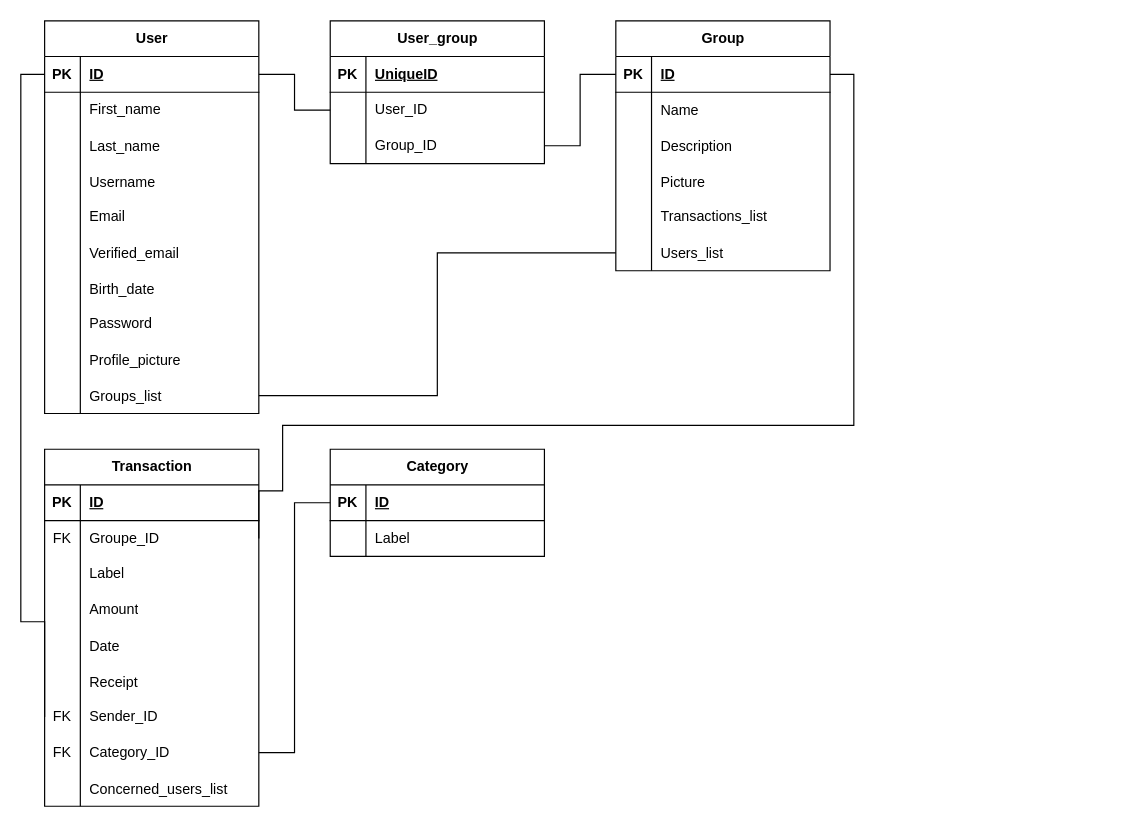
The draw.io diagram Non Code/Diagramme_BDD.drawio in Titan327/3PROJ, before the edit. Source tidied: cells renumbered, new cells numbered last; positions are measured from the earlier drawing's top-left corner, leaving out a move shared by most shapes. Both pictures are drawn from the tidied source at 119%, with x=0, y=0 at pixel (20, 20).
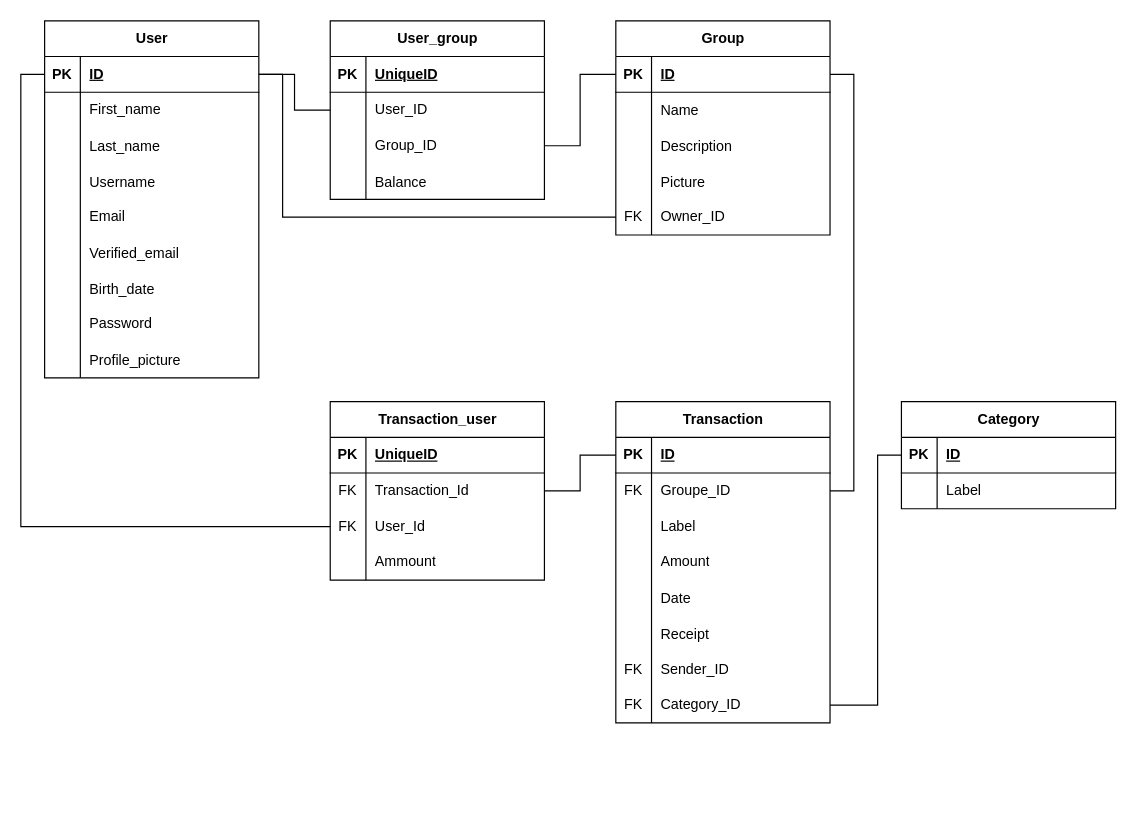
The same diagram, later.

The change refers to these unchanged cells:
```xml
<mxCell id="3" style="shape=tableRow;horizontal=0;startSize=0;swimlaneHead=0;swimlaneBody=0;fillColor=none;points=[[0,0.5],[1,0.5]];portConstraint=eastwest;top=0;left=0;right=0;bottom=1;" parent="2" vertex="1">
  <mxGeometry y="30" width="180" height="30" as="geometry" />
</mxCell>
<mxCell id="34" style="shape=tableRow;horizontal=0;startSize=0;swimlaneHead=0;swimlaneBody=0;fillColor=none;points=[[0,0.5],[1,0.5]];portConstraint=eastwest;top=0;left=0;right=0;bottom=1;" parent="33" vertex="1">
  <mxGeometry y="30" width="180" height="30" as="geometry" />
</mxCell>
<mxCell id="46" style="shape=tableRow;horizontal=0;startSize=0;swimlaneHead=0;swimlaneBody=0;fillColor=none;points=[[0,0.5],[1,0.5]];portConstraint=eastwest;top=0;left=0;right=0;bottom=0;" parent="33" vertex="1">
  <mxGeometry y="150" width="180" height="30" as="geometry" />
</mxCell>
<mxCell id="53" style="shape=tableRow;horizontal=0;startSize=0;swimlaneHead=0;swimlaneBody=0;fillColor=none;points=[[0,0.5],[1,0.5]];portConstraint=eastwest;top=0;left=0;right=0;bottom=1;" parent="52" vertex="1">
  <mxGeometry y="30" width="180" height="30" as="geometry" />
</mxCell>
<mxCell id="56" style="shape=tableRow;horizontal=0;startSize=0;swimlaneHead=0;swimlaneBody=0;fillColor=none;points=[[0,0.5],[1,0.5]];portConstraint=eastwest;top=0;left=0;right=0;bottom=0;" parent="52" vertex="1">
  <mxGeometry y="60" width="180" height="30" as="geometry" />
</mxCell>
<mxCell id="71" style="shape=tableRow;horizontal=0;startSize=0;swimlaneHead=0;swimlaneBody=0;fillColor=none;points=[[0,0.5],[1,0.5]];portConstraint=eastwest;top=0;left=0;right=0;bottom=0;" parent="52" vertex="1">
  <mxGeometry y="210" width="180" height="30" as="geometry" />
</mxCell>
<mxCell id="74" style="shape=tableRow;horizontal=0;startSize=0;swimlaneHead=0;swimlaneBody=0;fillColor=none;points=[[0,0.5],[1,0.5]];portConstraint=eastwest;top=0;left=0;right=0;bottom=0;" parent="52" vertex="1">
  <mxGeometry y="240" width="180" height="30" as="geometry" />
</mxCell>
<mxCell id="81" style="shape=tableRow;horizontal=0;startSize=0;swimlaneHead=0;swimlaneBody=0;fillColor=none;points=[[0,0.5],[1,0.5]];portConstraint=eastwest;top=0;left=0;right=0;bottom=1;" parent="80" vertex="1">
  <mxGeometry y="30" width="180" height="30" as="geometry" />
</mxCell>
```

What changed in the source:
```diff
@@
     <mxCell id="2" value="User" style="shape=table;startSize=30;childLayout=tableLayout;rowLines=0;fontStyle=1;align=center;html=1;" parent="1" vertex="1">
-      <mxGeometry x="20" width="180" height="330" as="geometry" />
+      <mxGeometry x="20" width="180" height="300" as="geometry" />
     </mxCell>
@@
-    <mxCell id="30" style="shape=tableRow;horizontal=0;startSize=0;swimlaneHead=0;swimlaneBody=0;fillColor=none;points=[[0,0.5],[1,0.5]];portConstraint=eastwest;top=0;left=0;right=0;bottom=0;" parent="2" vertex="1">
-      <mxGeometry y="300" width="180" height="30" as="geometry" />
-    </mxCell>
-    <mxCell id="31" style="shape=partialRectangle;fillColor=none;top=0;left=0;bottom=0;right=0;overflow=hidden;" parent="30" vertex="1">
-      <mxGeometry width="30" height="30" as="geometry" />
-    </mxCell>
-    <mxCell id="32" value="Groups_list" style="shape=partialRectangle;fillColor=none;top=0;left=0;bottom=0;right=0;align=left;spacingLeft=6;overflow=hidden;" parent="30" vertex="1">
-      <mxGeometry x="30" width="150" height="30" as="geometry" />
-    </mxCell>
     <mxCell id="33" value="Group" style="shape=table;startSize=30;childLayout=tableLayout;rowLines=0;fontStyle=1;align=center;html=1;" parent="1" vertex="1">
-      <mxGeometry x="500" width="180" height="210" as="geometry" />
+      <mxGeometry x="500" width="180" height="180" as="geometry" />
     </mxCell>
@@
-    <mxCell id="47" style="shape=partialRectangle;fillColor=none;top=0;left=0;bottom=0;right=0;overflow=hidden;whiteSpace=wrap;html=1;" parent="46" vertex="1">
-      <mxGeometry width="30" height="30" as="geometry" />
-    </mxCell>
-    <mxCell id="48" value="Transactions_list" style="shape=partialRectangle;fillColor=none;top=0;left=0;bottom=0;right=0;align=left;spacingLeft=6;overflow=hidden;whiteSpace=wrap;html=1;" parent="46" vertex="1">
-      <mxGeometry x="30" width="150" height="30" as="geometry" />
-    </mxCell>
-    <mxCell id="49" style="shape=tableRow;horizontal=0;startSize=0;swimlaneHead=0;swimlaneBody=0;fillColor=none;points=[[0,0.5],[1,0.5]];portConstraint=eastwest;top=0;left=0;right=0;bottom=0;" parent="33" vertex="1">
-      <mxGeometry y="180" width="180" height="30" as="geometry" />
-    </mxCell>
-    <mxCell id="50" style="shape=partialRectangle;fillColor=none;top=0;left=0;bottom=0;right=0;overflow=hidden;" parent="49" vertex="1">
-      <mxGeometry width="30" height="30" as="geometry" />
-    </mxCell>
-    <mxCell id="51" value="Users_list" style="shape=partialRectangle;fillColor=none;top=0;left=0;bottom=0;right=0;align=left;spacingLeft=6;overflow=hidden;" parent="49" vertex="1">
-      <mxGeometry x="30" width="150" height="30" as="geometry" />
-    </mxCell>
+    <mxCell id="103" value="FK" style="shape=partialRectangle;fillColor=none;top=0;left=0;bottom=0;right=0;fontStyle=0;overflow=hidden;whiteSpace=wrap;html=1;" parent="46" vertex="1">
+      <mxGeometry width="30" height="30" as="geometry" />
+    </mxCell>
+    <mxCell id="104" value="Owner_ID" style="shape=partialRectangle;fillColor=none;top=0;left=0;bottom=0;right=0;align=left;spacingLeft=6;fontStyle=0;overflow=hidden;whiteSpace=wrap;html=1;" parent="46" vertex="1">
+      <mxGeometry x="30" width="150" height="30" as="geometry" />
+    </mxCell>
     <mxCell id="52" value="Transaction" style="shape=table;startSize=30;childLayout=tableLayout;rowLines=0;fontStyle=1;align=center;html=1;" parent="1" vertex="1">
-      <mxGeometry x="20" y="360" width="180" height="300" as="geometry" />
+      <mxGeometry x="500" y="320" width="180" height="270" as="geometry" />
     </mxCell>
@@
-    <mxCell id="77" style="shape=tableRow;horizontal=0;startSize=0;swimlaneHead=0;swimlaneBody=0;fillColor=none;top=0;left=0;right=0;bottom=0;" parent="52" vertex="1">
-      <mxGeometry y="270" width="180" height="30" as="geometry" />
-    </mxCell>
-    <mxCell id="78" style="shape=partialRectangle;fillColor=none;top=0;left=0;bottom=0;right=0;overflow=hidden;" parent="77" vertex="1">
-      <mxGeometry width="30" height="30" as="geometry" />
-    </mxCell>
-    <mxCell id="79" value="Concerned_users_list" style="shape=partialRectangle;fillColor=none;top=0;left=0;bottom=0;right=0;align=left;spacingLeft=6;overflow=hidden;" parent="77" vertex="1">
-      <mxGeometry x="30" width="150" height="30" as="geometry" />
-    </mxCell>
     <mxCell id="80" value="Category" style="shape=table;startSize=30;childLayout=tableLayout;rowLines=0;fontStyle=1;align=center;html=1;" parent="1" vertex="1">
-      <mxGeometry x="260" y="360" width="180" height="90" as="geometry" />
+      <mxGeometry x="740" y="320" width="180" height="90" as="geometry" />
     </mxCell>
@@
     <mxCell id="87" value="User_group" style="shape=table;startSize=30;childLayout=tableLayout;rowLines=0;fontStyle=1;align=center;html=1;" parent="1" vertex="1">
-      <mxGeometry x="260" width="180" height="120" as="geometry" />
+      <mxGeometry x="260" width="180" height="150" as="geometry" />
     </mxCell>
@@
+    <mxCell id="105" style="shape=tableRow;horizontal=0;startSize=0;swimlaneHead=0;swimlaneBody=0;fillColor=none;top=0;left=0;right=0;bottom=0;" parent="87" vertex="1">
+      <mxGeometry y="120" width="180" height="30" as="geometry" />
+    </mxCell>
+    <mxCell id="106" style="shape=partialRectangle;fillColor=none;top=0;left=0;bottom=0;right=0;overflow=hidden;" parent="105" vertex="1">
+      <mxGeometry width="30" height="30" as="geometry" />
+    </mxCell>
+    <mxCell id="107" value="Balance" style="shape=partialRectangle;fillColor=none;top=0;left=0;bottom=0;right=0;align=left;spacingLeft=6;overflow=hidden;" parent="105" vertex="1">
+      <mxGeometry x="30" width="150" height="30" as="geometry" />
+    </mxCell>
@@
-    <mxCell id="99" style="endArrow=none;html=1;rounded=0;entryX=0;entryY=0.5;entryDx=0;entryDy=0;exitX=0;exitY=0.5;exitDx=0;exitDy=0;edgeStyle=orthogonalEdgeStyle;" parent="1" edge="1" source="3" target="71">
-      <mxGeometry relative="1" as="geometry">
-        <Array as="points">
-          <mxPoint y="45" />
-          <mxPoint y="505" />
-        </Array>
-      </mxGeometry>
-    </mxCell>
-    <mxCell id="100" style="endArrow=none;html=1;rounded=0;exitX=1;exitY=0.5;exitDx=0;exitDy=0;entryX=0;entryY=0.5;entryDx=0;entryDy=0;edgeStyle=orthogonalEdgeStyle;" parent="1" edge="1" source="30" target="49">
-      <mxGeometry relative="1" as="geometry" />
-    </mxCell>
     <mxCell id="101" style="endArrow=none;html=1;rounded=0;exitX=1;exitY=0.5;exitDx=0;exitDy=0;entryX=0;entryY=0.5;entryDx=0;entryDy=0;edgeStyle=orthogonalEdgeStyle;" parent="1" edge="1" source="74" target="81">
-      <mxGeometry relative="1" as="geometry" />
+      <mxGeometry relative="1" as="geometry">
+        <Array as="points">
+          <mxPoint x="720" y="575" />
+          <mxPoint x="720" y="365" />
+        </Array>
+      </mxGeometry>
     </mxCell>
     <mxCell id="102" style="endArrow=none;html=1;rounded=0;exitX=1;exitY=0.5;exitDx=0;exitDy=0;entryX=1;entryY=0.5;entryDx=0;entryDy=0;edgeStyle=orthogonalEdgeStyle;" parent="1" edge="1" source="56" target="34">
       <mxGeometry relative="1" as="geometry">
         <Array as="points">
-          <mxPoint x="200" y="395" />
-          <mxPoint x="220" y="395" />
-          <mxPoint x="220" y="340" />
-          <mxPoint x="700" y="340" />
+          <mxPoint x="700" y="395" />
           <mxPoint x="700" y="45" />
         </Array>
       </mxGeometry>
     </mxCell>
+    <mxCell id="108" value="Transaction_user" style="shape=table;startSize=30;childLayout=tableLayout;rowLines=0;fontStyle=1;align=center;html=1;" parent="1" vertex="1">
+      <mxGeometry x="260" y="320" width="180" height="150" as="geometry" />
+    </mxCell>
+    <mxCell id="109" style="shape=tableRow;horizontal=0;startSize=0;swimlaneHead=0;swimlaneBody=0;fillColor=none;top=0;left=0;right=0;bottom=1;" parent="108" vertex="1">
+      <mxGeometry y="30" width="180" height="30" as="geometry" />
+    </mxCell>
+    <mxCell id="110" value="PK" style="shape=partialRectangle;fillColor=none;top=0;left=0;bottom=0;right=0;fontStyle=1;overflow=hidden;whiteSpace=wrap;html=1;" parent="109" vertex="1">
+      <mxGeometry width="30" height="30" as="geometry" />
+    </mxCell>
+    <mxCell id="111" value="UniqueID" style="shape=partialRectangle;fillColor=none;top=0;left=0;bottom=0;right=0;align=left;spacingLeft=6;fontStyle=5;overflow=hidden;whiteSpace=wrap;html=1;" parent="109" vertex="1">
+      <mxGeometry x="30" width="150" height="30" as="geometry" />
+    </mxCell>
+    <mxCell id="112" style="shape=tableRow;horizontal=0;startSize=0;swimlaneHead=0;swimlaneBody=0;fillColor=none;points=[[0,0.5],[1,0.5]];portConstraint=eastwest;top=0;left=0;right=0;bottom=0;" parent="108" vertex="1">
+      <mxGeometry y="60" width="180" height="30" as="geometry" />
+    </mxCell>
+    <mxCell id="113" value="FK" style="shape=partialRectangle;fillColor=none;top=0;left=0;bottom=0;right=0;fontStyle=0;overflow=hidden;whiteSpace=wrap;html=1;" parent="112" vertex="1">
+      <mxGeometry width="30" height="30" as="geometry" />
+    </mxCell>
+    <mxCell id="114" value="Transaction_Id" style="shape=partialRectangle;fillColor=none;top=0;left=0;bottom=0;right=0;align=left;spacingLeft=6;fontStyle=0;overflow=hidden;whiteSpace=wrap;html=1;" parent="112" vertex="1">
+      <mxGeometry x="30" width="150" height="30" as="geometry" />
+    </mxCell>
+    <mxCell id="115" style="shape=tableRow;horizontal=0;startSize=0;swimlaneHead=0;swimlaneBody=0;fillColor=none;points=[[0,0.5],[1,0.5]];portConstraint=eastwest;top=0;left=0;right=0;bottom=0;" parent="108" vertex="1">
+      <mxGeometry y="90" width="180" height="30" as="geometry" />
+    </mxCell>
+    <mxCell id="116" value="FK" style="shape=partialRectangle;fillColor=none;top=0;left=0;bottom=0;right=0;fontStyle=0;overflow=hidden;whiteSpace=wrap;html=1;" parent="115" vertex="1">
+      <mxGeometry width="30" height="30" as="geometry" />
+    </mxCell>
+    <mxCell id="117" value="User_Id" style="shape=partialRectangle;fillColor=none;top=0;left=0;bottom=0;right=0;align=left;spacingLeft=6;fontStyle=0;overflow=hidden;whiteSpace=wrap;html=1;" parent="115" vertex="1">
+      <mxGeometry x="30" width="150" height="30" as="geometry" />
+    </mxCell>
+    <mxCell id="118" style="shape=tableRow;horizontal=0;startSize=0;swimlaneHead=0;swimlaneBody=0;fillColor=none;top=0;left=0;right=0;bottom=0;" parent="108" vertex="1">
+      <mxGeometry y="120" width="180" height="30" as="geometry" />
+    </mxCell>
+    <mxCell id="47" style="shape=partialRectangle;fillColor=none;top=0;left=0;bottom=0;right=0;overflow=hidden;whiteSpace=wrap;html=1;" parent="118" vertex="1">
+      <mxGeometry width="30" height="30" as="geometry" />
+    </mxCell>
+    <mxCell id="119" value="Ammount" style="shape=partialRectangle;fillColor=none;top=0;left=0;bottom=0;right=0;align=left;spacingLeft=6;overflow=hidden;whiteSpace=wrap;html=1;" parent="118" vertex="1">
+      <mxGeometry x="30" width="150" height="30" as="geometry" />
+    </mxCell>
+    <mxCell id="120" style="endArrow=none;html=1;rounded=0;entryX=1;entryY=0.5;entryDx=0;entryDy=0;exitX=0;exitY=0.5;exitDx=0;exitDy=0;edgeStyle=orthogonalEdgeStyle;" parent="1" edge="1" source="53" target="112">
+      <mxGeometry relative="1" as="geometry" />
+    </mxCell>
+    <mxCell id="121" style="endArrow=none;html=1;rounded=0;entryX=0;entryY=0.5;entryDx=0;entryDy=0;edgeStyle=orthogonalEdgeStyle;" parent="1" edge="1" target="115">
+      <mxGeometry relative="1" as="geometry">
+        <mxPoint x="20" y="45" as="sourcePoint" />
+        <Array as="points">
+          <mxPoint y="45" />
+          <mxPoint y="425" />
+        </Array>
+      </mxGeometry>
+    </mxCell>
+    <mxCell id="122" style="endArrow=none;html=1;rounded=0;entryX=0;entryY=0.5;entryDx=0;entryDy=0;exitX=1;exitY=0.5;exitDx=0;exitDy=0;edgeStyle=orthogonalEdgeStyle;" parent="1" edge="1" source="3" target="46">
+      <mxGeometry relative="1" as="geometry">
+        <Array as="points">
+          <mxPoint x="220" y="45" />
+          <mxPoint x="220" y="165" />
+        </Array>
+      </mxGeometry>
+    </mxCell>
```
